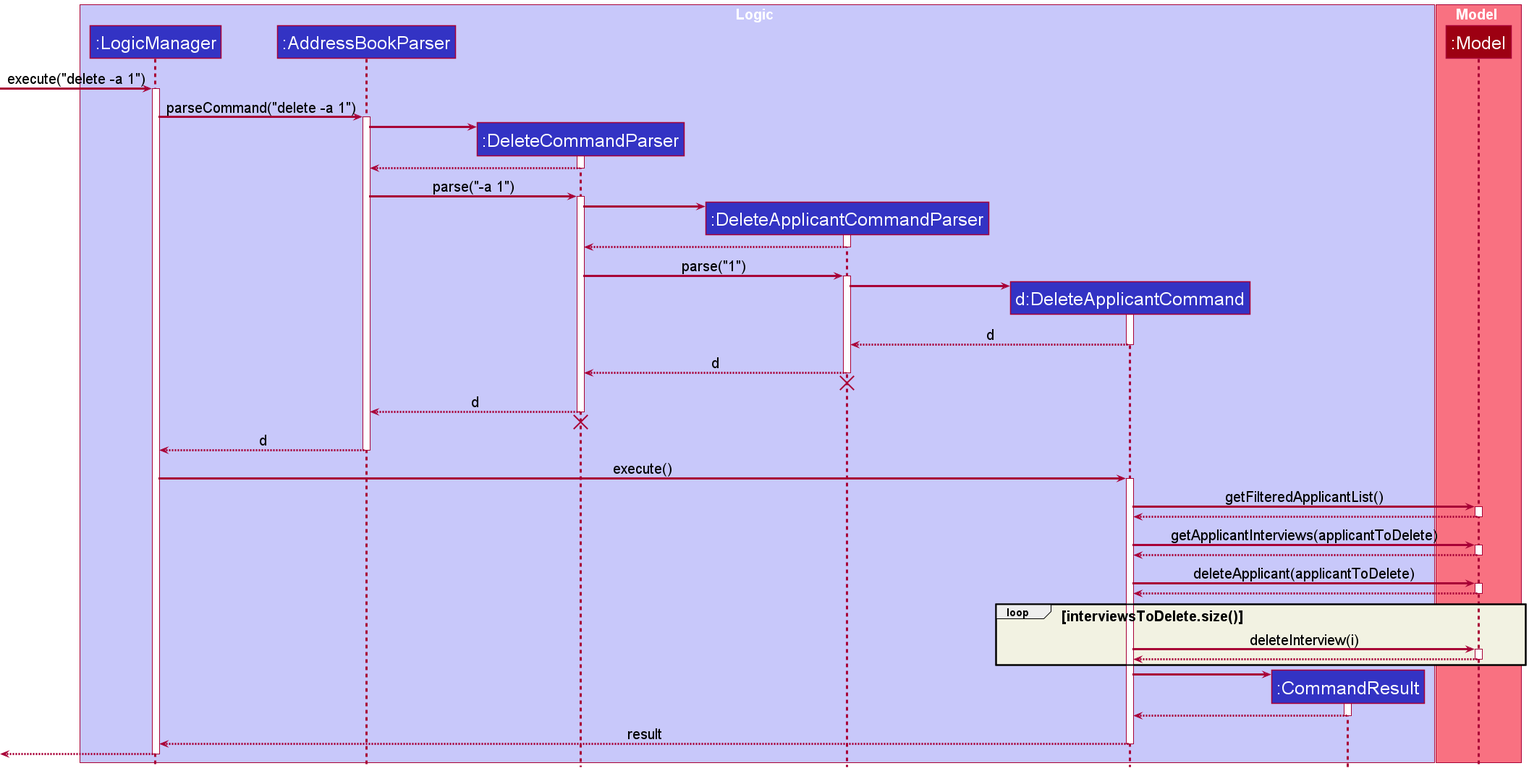
This is docs/images/DeleteSequenceDiagram.png from nus-cs2103-AY2122S2/tp, a PlantUML export, as it was before one commit.
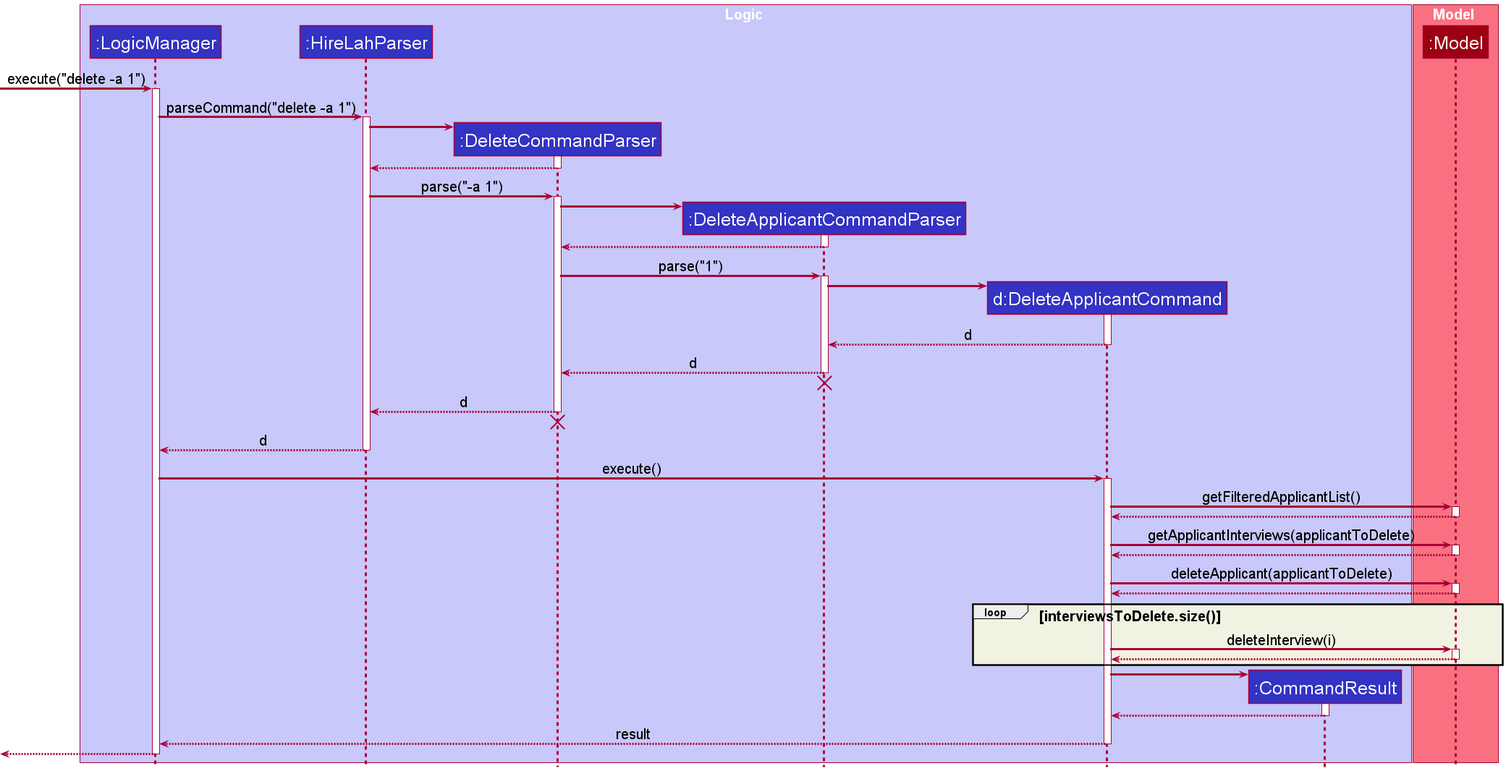
After the commit.

Change to the diagram source:
```diff
@@ -3,7 +3,7 @@
 
 box Logic LOGIC_COLOR_T1
 participant ":LogicManager" as LogicManager LOGIC_COLOR
-participant ":AddressBookParser" as AddressBookParser LOGIC_COLOR
+participant ":HireLahParser" as HireLahParser LOGIC_COLOR
 participant ":DeleteCommandParser" as DeleteCommandParser LOGIC_COLOR
 participant ":DeleteApplicantCommandParser" as DeleteApplicantCommandParser LOGIC_COLOR
 participant "d:DeleteApplicantCommand" as DeleteApplicantCommand LOGIC_COLOR
@@ -17,17 +17,17 @@
 [-> LogicManager : execute("delete -a 1")
 activate LogicManager
 
-LogicManager -> AddressBookParser : parseCommand("delete -a 1")
-activate AddressBookParser
+LogicManager -> HireLahParser : parseCommand("delete -a 1")
+activate HireLahParser
 
 create DeleteCommandParser
-AddressBookParser -> DeleteCommandParser
+HireLahParser -> DeleteCommandParser
 activate DeleteCommandParser
 
-DeleteCommandParser --> AddressBookParser
+DeleteCommandParser --> HireLahParser
 deactivate DeleteCommandParser
 
-AddressBookParser -> DeleteCommandParser : parse("-a 1")
+HireLahParser -> DeleteCommandParser : parse("-a 1")
 activate DeleteCommandParser
 
 create DeleteApplicantCommandParser
@@ -52,14 +52,14 @@
 DeleteApplicantCommandParser -[hidden]-> DeleteCommandParser
 destroy DeleteApplicantCommandParser
 
-DeleteCommandParser --> AddressBookParser : d
+DeleteCommandParser --> HireLahParser : d
 deactivate DeleteCommandParser
 
-DeleteCommandParser -[hidden]-> AddressBookParser
+DeleteCommandParser -[hidden]-> HireLahParser
 destroy DeleteCommandParser
 
-AddressBookParser --> LogicManager : d
-deactivate AddressBookParser
+HireLahParser --> LogicManager : d
+deactivate HireLahParser
 
 LogicManager -> DeleteApplicantCommand : execute()
 activate DeleteApplicantCommand
```
